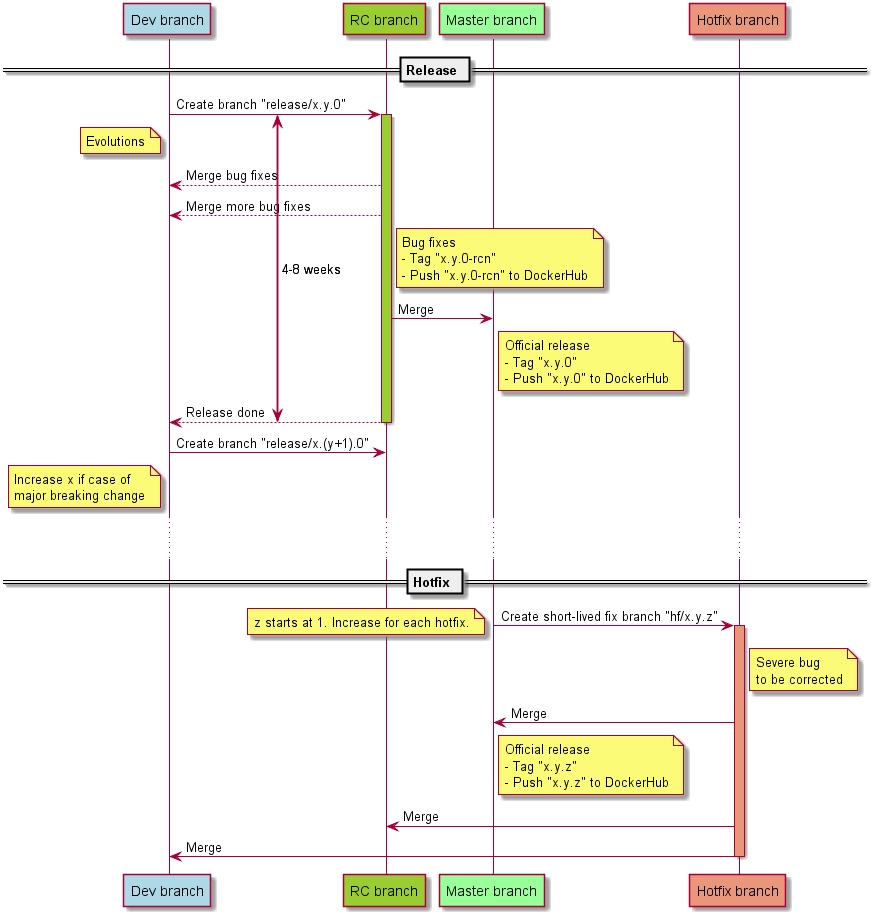
The PlantUML diagram doc/branching_model.png in DefectDojo/django-DefectDojo, before a commit. The source it was exported from:
```plantuml
@startuml
!pragma teoz true

== Release ==
participant "Dev branch" as devbranch order 10 #LightBlue
participant "RC branch" as rcbranch order 20 #YellowGreen
participant "Master branch" as master order 30 #99FF99
participant "Hotfix branch" as hotbranch order 40 #DarkSalmon

{startrc} devbranch -> rcbranch ++ #YellowGreen: Create branch "release/x.y.0"


note left of devbranch
  Evolutions
end note


rcbranch --> devbranch: Merge bug fixes
rcbranch --> devbranch: Merge more bug fixes


note right of rcbranch
  Bug fixes
  - Tag "x.y.0-rcn"
  - Push "x.y.0-rcn" to DockerHub
end note


rcbranch -> master: Merge
note right of master
    Official release
    - Tag "x.y.0"
    - Push "x.y.0" to DockerHub
end note

{endrc} rcbranch --> devbranch --: Release done

devbranch -> rcbranch: Create branch "release/x.(y+1).0"
note left of devbranch
  Increase x if case of
  major breaking change
end note


... ...
{startrc} <-> {endrc}: 4-8 weeks

== Hotfix ==

master -> hotbranch ++ #DarkSalmon: Create short-lived fix branch "hf/x.y.z"
note left
z starts at 1. Increase for each hotfix.
end note

note right of hotbranch
    Severe bug
    to be corrected
end note
hotbranch -> master: Merge
note right of master
    Official release
    - Tag "x.y.z"
    - Push "x.y.z" to DockerHub
end note
hotbranch -> rcbranch: Merge
hotbranch -> devbranch --: Merge

@enduml
```
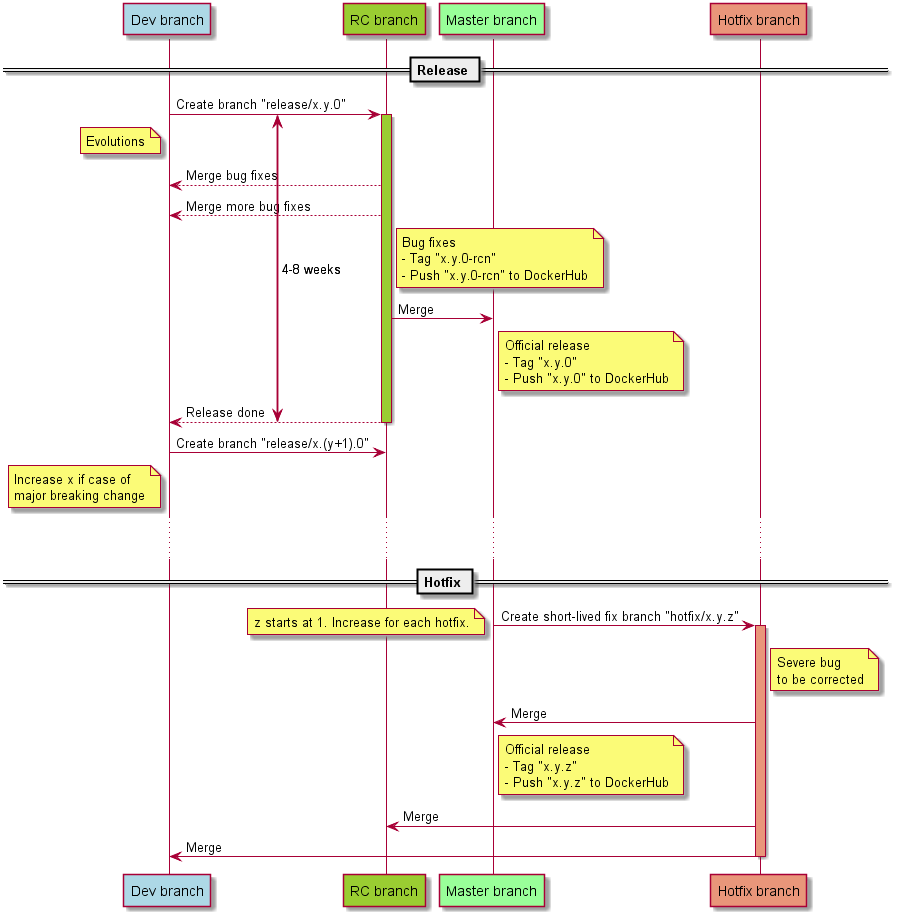
After the commit.

Commit message:
remove text from BRANCHING-MODEL.md. rename "hf" to "hotfix" in hotfix branch name

The edit, as a diff of the source:
```diff
@@ -47,7 +47,7 @@
 
 == Hotfix ==
 
-master -> hotbranch ++ #DarkSalmon: Create short-lived fix branch "hf/x.y.z"
+master -> hotbranch ++ #DarkSalmon: Create short-lived fix branch "hotfix/x.y.z"
 note left
 z starts at 1. Increase for each hotfix.
 end note
```
